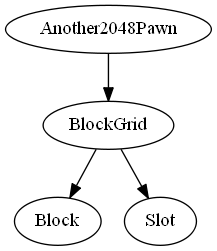
Before: Graphs/dependencyGraph.png, a diagram exported from Graphviz (kenny-designs/Another2048). Its source is kept beside it as Graphs/dependencyGraph.dot. Source of this version:
```dot
digraph G {
	/* Another2048Pawn Class */
	Another2048Pawn -> BlockGrid;

	/* BlockGrid Class */
	BlockGrid -> Block;
	BlockGrid -> Slot;
}
```
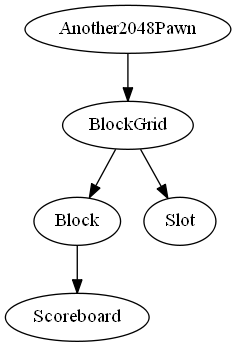
Later version of the same file.

Commit message:
Updated dependency graph

The edit, as a diff of the source:
```diff
@@ -5,4 +5,7 @@
 	/* BlockGrid Class */
 	BlockGrid -> Block;
 	BlockGrid -> Slot;
+
+	/* Block Class */
+	Block -> Scoreboard;
 }
```
